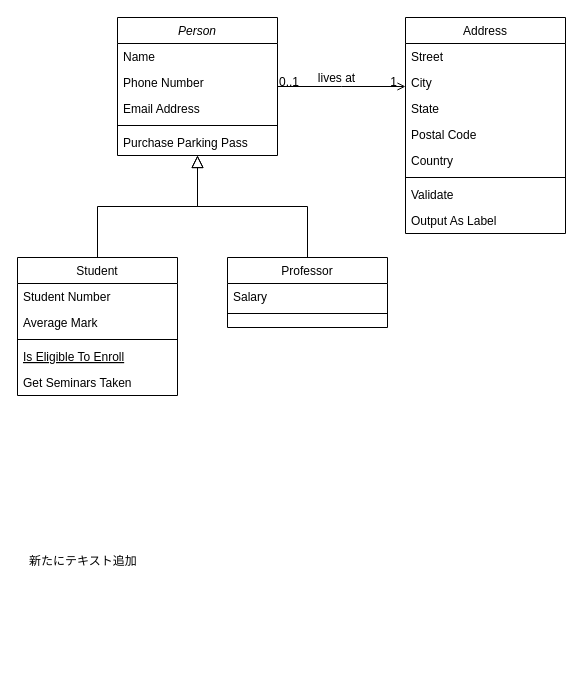
Above: 名称未設定ファイル.drawio in haru01/test-drowio (draw.io), before the change. Source tidied: cells renumbered, new cells numbered last; positions are measured from the earlier drawing's top-left corner, leaving out a move shared by most shapes. Both pictures are drawn from the tidied source at 100%, with x=0, y=0 at pixel (17, 17).
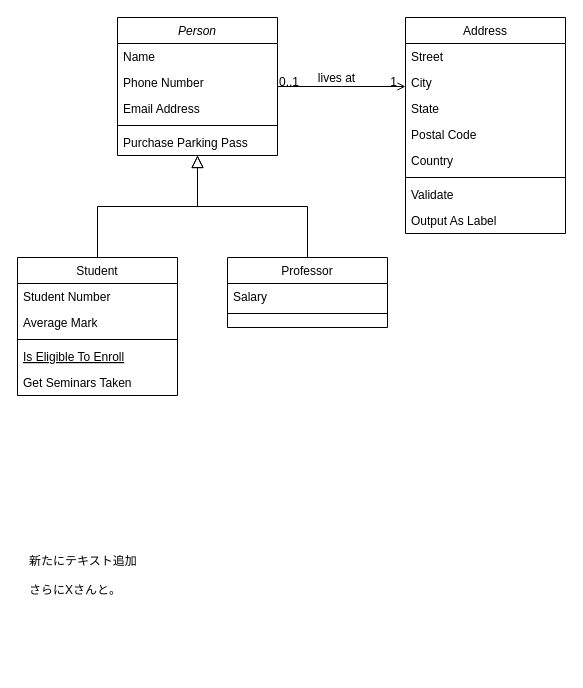
The same page after the edit.

What changed in the source:
```diff
@@
-    <mxCell id="32" value="新たにテキスト追加" style="text;html=1;whiteSpace=wrap;overflow=hidden;rounded=0;" parent="1" vertex="1">
+    <mxCell id="32" value="新たにテキスト追加&lt;div&gt;&lt;br&gt;&lt;/div&gt;&lt;div&gt;さらにXさんと。&lt;/div&gt;" style="text;html=1;whiteSpace=wrap;overflow=hidden;rounded=0;" parent="1" vertex="1">
       <mxGeometry x="10" y="530" width="180" height="120" as="geometry" />
     </mxCell>
```
